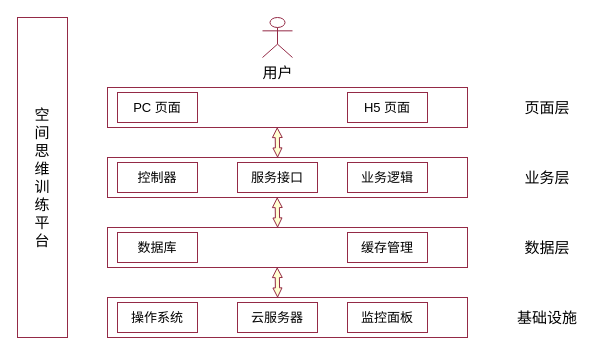
This is page "系统结构设计" (6 of 16) of 毕业设计/毕业设计.drawio from bosombaby/draw-store, a draw.io file, before an edit. Source tidied: cells renumbered, new cells numbered last; positions are measured from the earlier drawing's top-left corner, leaving out a move shared by most shapes. Both pictures are drawn from the tidied source at 100%, with x=0, y=0 at pixel (17, 17).
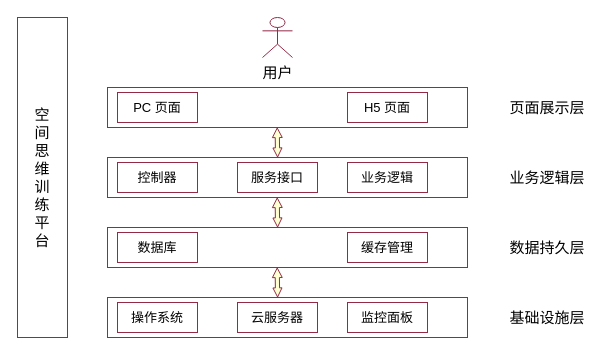
Above is the later version.

Commit message:
更新毕业设计.drawio

Diff of the diagram source:
```diff
@@
-    <mxCell id="4" value="基础设施" style="text;html=1;align=center;verticalAlign=middle;whiteSpace=wrap;rounded=0;fontFamily=Helvetica;fontSize=15;fontColor=default;labelBackgroundColor=default;" parent="1" vertex="1">
+    <mxCell id="4" value="基础设施层" style="text;html=1;align=center;verticalAlign=middle;whiteSpace=wrap;rounded=0;fontFamily=Helvetica;fontSize=15;fontColor=default;labelBackgroundColor=default;" parent="1" vertex="1">
       <mxGeometry x="490" y="280" width="80" height="40" as="geometry" />
     </mxCell>
@@
-    <mxCell id="10" value="数据层" style="text;html=1;align=center;verticalAlign=middle;whiteSpace=wrap;rounded=0;fontFamily=Helvetica;fontSize=15;fontColor=default;labelBackgroundColor=default;" parent="1" vertex="1">
+    <mxCell id="10" value="数据持久层" style="text;html=1;align=center;verticalAlign=middle;whiteSpace=wrap;rounded=0;fontFamily=Helvetica;fontSize=15;fontColor=default;labelBackgroundColor=default;" parent="1" vertex="1">
       <mxGeometry x="490" y="210" width="80" height="40" as="geometry" />
     </mxCell>
@@
-    <mxCell id="16" value="业务层" style="text;html=1;align=center;verticalAlign=middle;whiteSpace=wrap;rounded=0;fontFamily=Helvetica;fontSize=15;fontColor=default;labelBackgroundColor=default;" parent="1" vertex="1">
+    <mxCell id="16" value="业务逻辑层" style="text;html=1;align=center;verticalAlign=middle;whiteSpace=wrap;rounded=0;fontFamily=Helvetica;fontSize=15;fontColor=default;labelBackgroundColor=default;" parent="1" vertex="1">
       <mxGeometry x="490" y="140" width="80" height="40" as="geometry" />
     </mxCell>
-    <mxCell id="17" value="页面层" style="text;html=1;align=center;verticalAlign=middle;whiteSpace=wrap;rounded=0;fontFamily=Helvetica;fontSize=15;fontColor=default;labelBackgroundColor=default;" parent="1" vertex="1">
+    <mxCell id="17" value="页面展示层" style="text;html=1;align=center;verticalAlign=middle;whiteSpace=wrap;rounded=0;fontFamily=Helvetica;fontSize=15;fontColor=default;labelBackgroundColor=default;" parent="1" vertex="1">
       <mxGeometry x="490" y="70" width="80" height="40" as="geometry" />
     </mxCell>
```
